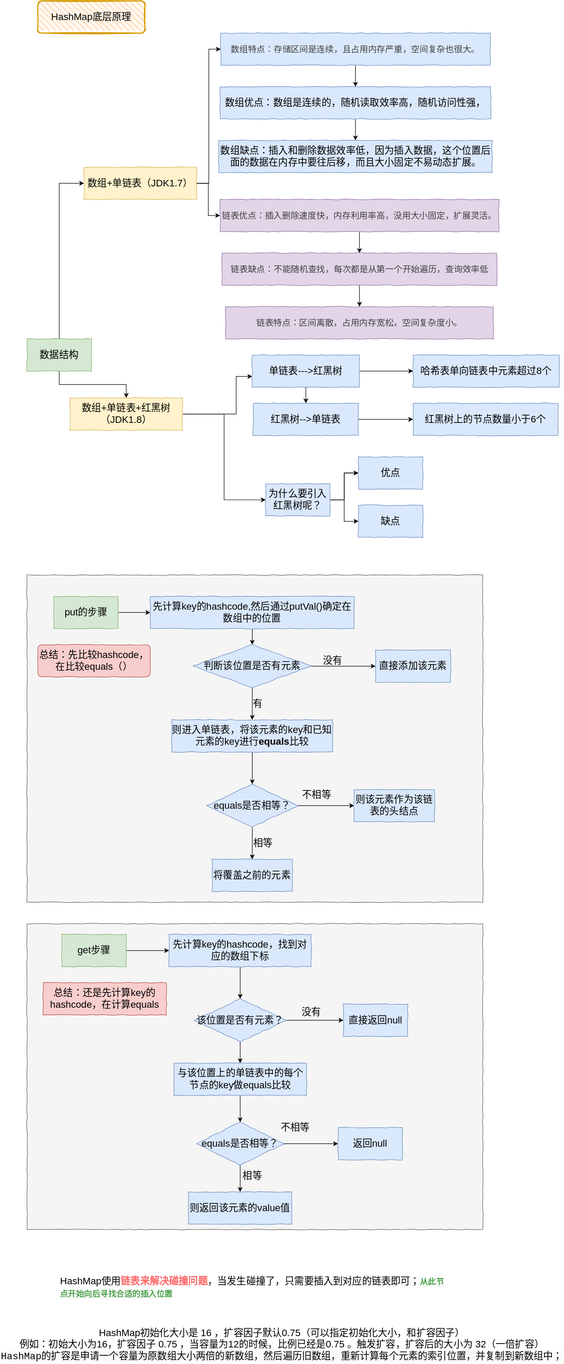
kusuzi/LearnJava keeps this draw.io diagram as Java/HashMap.svg. Above is the earlier version. Source tidied: cells renumbered, new cells last; positions are measured from the earlier drawing's top-left corner, leaving out a move shared by most shapes.
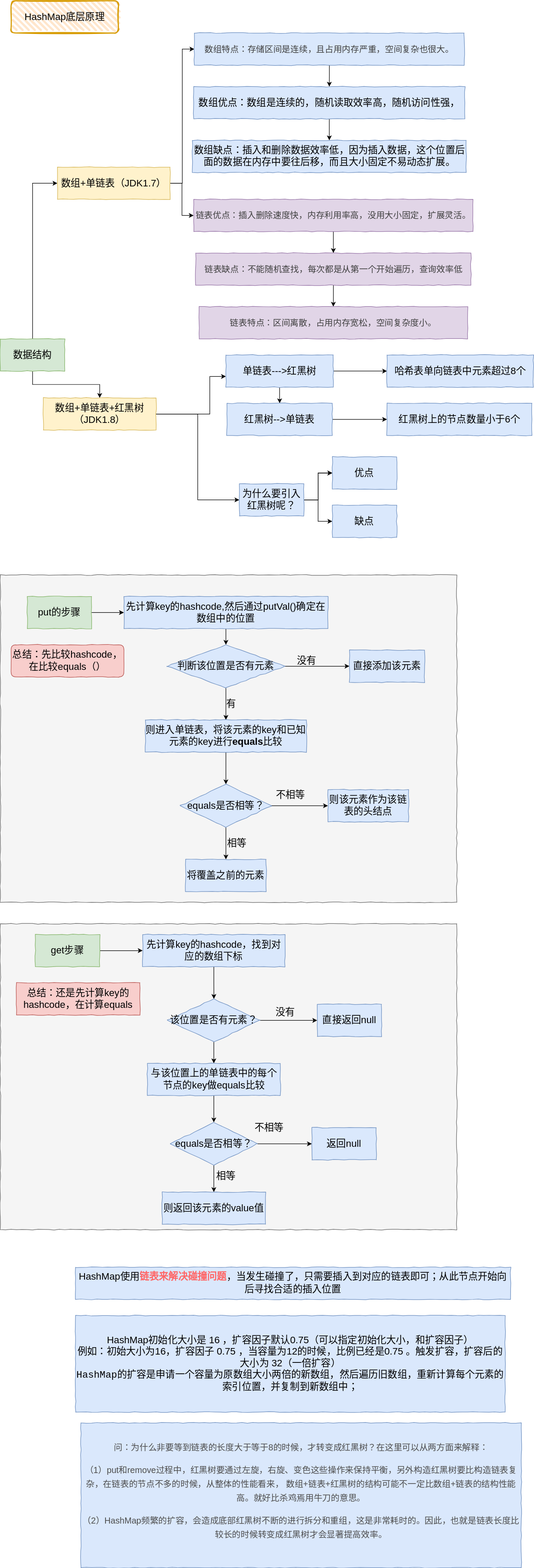
After the change.

The edit, as a diff of the source:
```diff
@@ -215,9 +215,6 @@
     <mxCell id="69" value="&lt;span style=&quot;color: rgb(64, 64, 64); font-size: 16px;&quot;&gt;链表特点：区间离散，占用内存宽松，空间复杂度小。&lt;/span&gt;" style="whiteSpace=wrap;html=1;rounded=0;fontSize=18;fontStyle=0;strokeColor=#9673a6;fillColor=#e1d5e7;comic=1;labelBackgroundColor=none;" parent="1" vertex="1">
       <mxGeometry x="420" y="570" width="500" height="60" as="geometry" />
     </mxCell>
-    <mxCell id="70" value="HashMap使用&lt;b&gt;&lt;font color=&quot;#ff6666&quot;&gt;链表来解决碰撞问题&lt;/font&gt;&lt;/b&gt;，当发生碰撞了，只&lt;span style=&quot;font-size: 18px ; text-align: justify ; background-color: rgb(250 , 250 , 250)&quot;&gt;需要插入到对应的链表即可；&lt;/span&gt;&lt;span style=&quot;color: rgb(0 , 128 , 0) ; background-color: rgb(245 , 245 , 245) ; font-family: monospace , monospace ; font-size: 15px ; text-align: justify&quot;&gt;从此节点开始向后寻找合适的插入位置&lt;/span&gt;" style="text;whiteSpace=wrap;html=1;fontSize=18;" parent="1" vertex="1">
-      <mxGeometry x="110" y="2370" width="720" height="60" as="geometry" />
-    </mxCell>
     <mxCell id="71" style="edgeStyle=orthogonalEdgeStyle;rounded=0;jettySize=auto;html=1;fontSize=18;" parent="1" edge="1" source="74" target="75">
       <mxGeometry relative="1" as="geometry" />
     </mxCell>
@@ -236,8 +233,17 @@
     <mxCell id="76" value="缺点" style="whiteSpace=wrap;html=1;rounded=0;labelBackgroundColor=none;comic=1;fontSize=18;strokeColor=#6c8ebf;fillColor=#dae8fc;" parent="1" vertex="1">
       <mxGeometry x="668.1" y="940" width="120" height="60" as="geometry" />
     </mxCell>
-    <mxCell id="77" value="&lt;div style=&quot;font-size: 18px;&quot;&gt;HashMap初始化大小是 16 ，扩容因子默认0.75（可以指定初始化大小，和扩容因子）&lt;/div&gt;&lt;div style=&quot;font-size: 18px;&quot;&gt;&lt;span style=&quot;font-size: 18px;&quot;&gt;例如：初始大小为16，扩容因子 0.75 ，当容量为12的时候，比例已经是0.75 。触发扩容，扩容后的大小为 32（一倍扩容）&lt;/span&gt;&lt;br style=&quot;font-size: 18px;&quot;&gt;&lt;/div&gt;&lt;div style=&quot;font-size: 18px;&quot;&gt;&lt;span style=&quot;font-family: monospace, monospace; text-align: justify; background-color: rgb(250, 250, 250); font-size: 18px;&quot;&gt;&lt;font style=&quot;font-size: 18px;&quot;&gt;HashMap的扩容是申请一个容量为原数组大小两倍的新数组，然后遍历旧数组，重新计算每个元素的索引位置，并复制到新数组中；&lt;/font&gt;&lt;/span&gt;&lt;span style=&quot;font-size: 18px;&quot;&gt;&lt;br style=&quot;font-size: 18px;&quot;&gt;&lt;/span&gt;&lt;/div&gt;" style="text;html=1;align=center;verticalAlign=middle;strokeColor=none;fontSize=18;" parent="1" vertex="1">
-      <mxGeometry y="2470" width="1050" height="70" as="geometry" />
+    <mxCell id="77" value="&lt;div style=&quot;font-size: 18px&quot;&gt;&lt;br&gt;&lt;/div&gt;" style="text;html=1;align=center;verticalAlign=middle;strokeColor=none;fontSize=18;" parent="1" vertex="1">
+      <mxGeometry x="645" y="2530" width="20" height="30" as="geometry" />
     </mxCell>
+    <mxCell id="78" value="&lt;p style=&quot;box-sizing: border-box ; outline: 0px ; margin: 0px 0px 16px ; padding: 0px ; font-size: 16px ; color: rgb(77 , 77 , 77) ; overflow: auto hidden ; overflow-wrap: break-word ; line-height: 26px&quot;&gt;问：为什么非要等到链表的长度大于等于8的时候，才转变成红黑树？在这里可以从两方面来解释：&lt;/p&gt;&lt;p style=&quot;box-sizing: border-box ; outline: 0px ; margin: 0px 0px 16px ; padding: 0px ; font-size: 16px ; color: rgb(77 , 77 , 77) ; overflow: auto hidden ; overflow-wrap: break-word ; line-height: 26px&quot;&gt;（1）put和remove过程中，红黑树要通过左旋，右旋、变色这些操作来保持平衡，另外构造红黑树要比构造链表复杂，在链表的节点不多的时候，从整体的性能看来， 数组+链表+红黑树的结构可能不一定比数组+链表的结构性能高。就好比杀鸡焉用牛刀的意思。&lt;/p&gt;&lt;p style=&quot;box-sizing: border-box ; outline: 0px ; margin: 0px 0px 16px ; padding: 0px ; font-size: 16px ; color: rgb(77 , 77 , 77) ; overflow: auto hidden ; overflow-wrap: break-word ; line-height: 26px&quot;&gt;（2）HashMap频繁的扩容，会造成底部红黑树不断的进行拆分和重组，这是非常耗时的。因此，也就是链表长度比较长的时候转变成红黑树才会显著提高效率。&lt;/p&gt;" style="whiteSpace=wrap;html=1;rounded=0;labelBackgroundColor=none;comic=1;fontSize=18;strokeColor=#6c8ebf;fillColor=#dae8fc;" parent="1" vertex="1">
+      <mxGeometry x="200" y="2650" width="820" height="270" as="geometry" />
+    </mxCell>
+    <mxCell id="70" value="&lt;span style=&quot;text-align: left; font-size: 18px;&quot;&gt;HashMap使用&lt;/span&gt;&lt;b style=&quot;text-align: left; font-size: 18px;&quot;&gt;&lt;font color=&quot;#ff6666&quot; style=&quot;font-size: 18px;&quot;&gt;链表来解决碰撞问题&lt;/font&gt;&lt;/b&gt;&lt;span style=&quot;text-align: left; font-size: 18px;&quot;&gt;，当发生碰撞了，只&lt;/span&gt;&lt;span style=&quot;text-align: justify; font-size: 18px;&quot;&gt;需要插入到对应的链表即可；&lt;/span&gt;&lt;span style=&quot;font-family: monospace, monospace; font-size: 18px; text-align: justify;&quot;&gt;从此节点开始向后寻找合适的插入位置&lt;/span&gt;" style="rounded=0;whiteSpace=wrap;html=1;labelBackgroundColor=none;comic=1;fontSize=18;strokeColor=#6c8ebf;fillColor=#dae8fc;" parent="1" vertex="1">
+      <mxGeometry x="190" y="2360" width="810" height="60" as="geometry" />
+    </mxCell>
+    <mxCell id="79" value="&lt;div&gt;HashMap初始化大小是 16 ，扩容因子默认0.75（可以指定初始化大小，和扩容因子）&lt;/div&gt;&lt;div&gt;例如：初始大小为16，扩容因子 0.75 ，当容量为12的时候，比例已经是0.75 。触发扩容，扩容后的大小为 32（一倍扩容）&lt;br&gt;&lt;/div&gt;&lt;div&gt;&lt;span style=&quot;font-family: monospace, monospace; text-align: justify;&quot;&gt;HashMap的扩容是申请一个容量为原数组大小两倍的新数组，然后遍历旧数组，重新计算每个元素的索引位置，并复制到新数组中；&lt;/span&gt;&lt;/div&gt;" style="rounded=0;whiteSpace=wrap;html=1;labelBackgroundColor=none;comic=1;fontSize=18;strokeColor=#6c8ebf;fillColor=#dae8fc;" parent="1" vertex="1">
+      <mxGeometry x="190" y="2450" width="800" height="180" as="geometry" />
+    </mxCell>
   </root>
 </mxGraphModel>
```
